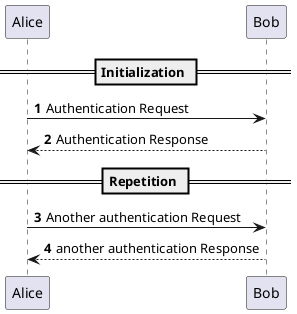
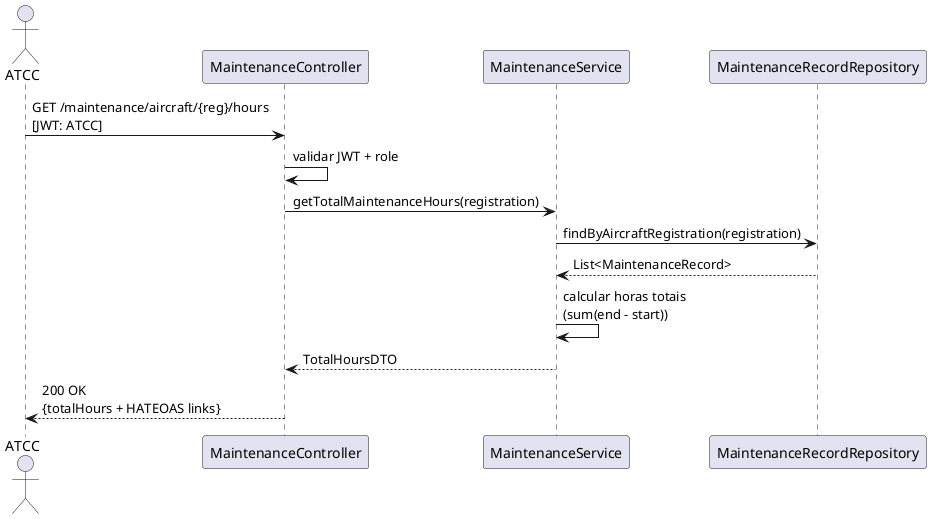
- @startuml
- 'https://plantuml.com/sequence-diagram
+ @startuml SD_US117_ViewTotalMaintenanceHours

- autonumber
+ actor "ATCC" as USER
+ participant "MaintenanceController" as CTRL
+ participant "MaintenanceService" as SVC
+ participant "MaintenanceRecordRepository" as REPO

- == Initialization ==
+ USER -> CTRL : GET /maintenance/aircraft/{reg}/hours\n[JWT: ATCC]

- Alice -> Bob: Authentication Request
- Bob --> Alice: Authentication Response
+ CTRL -> CTRL : validar JWT + role
+ CTRL -> SVC : getTotalMaintenanceHours(registration)

- == Repetition ==
+ SVC -> REPO : findByAircraftRegistration(registration)
+ REPO --> SVC : List<MaintenanceRecord>

- Alice -> Bob: Another authentication Request
- Alice <-- Bob: another authentication Response
- @enduml+ SVC -> SVC : calcular horas totais\n(sum(end - start))
+ SVC --> CTRL : TotalHoursDTO
+ 
+ CTRL --> USER : 200 OK\n{totalHours + HATEOAS links}
+ 
+ @enduml
